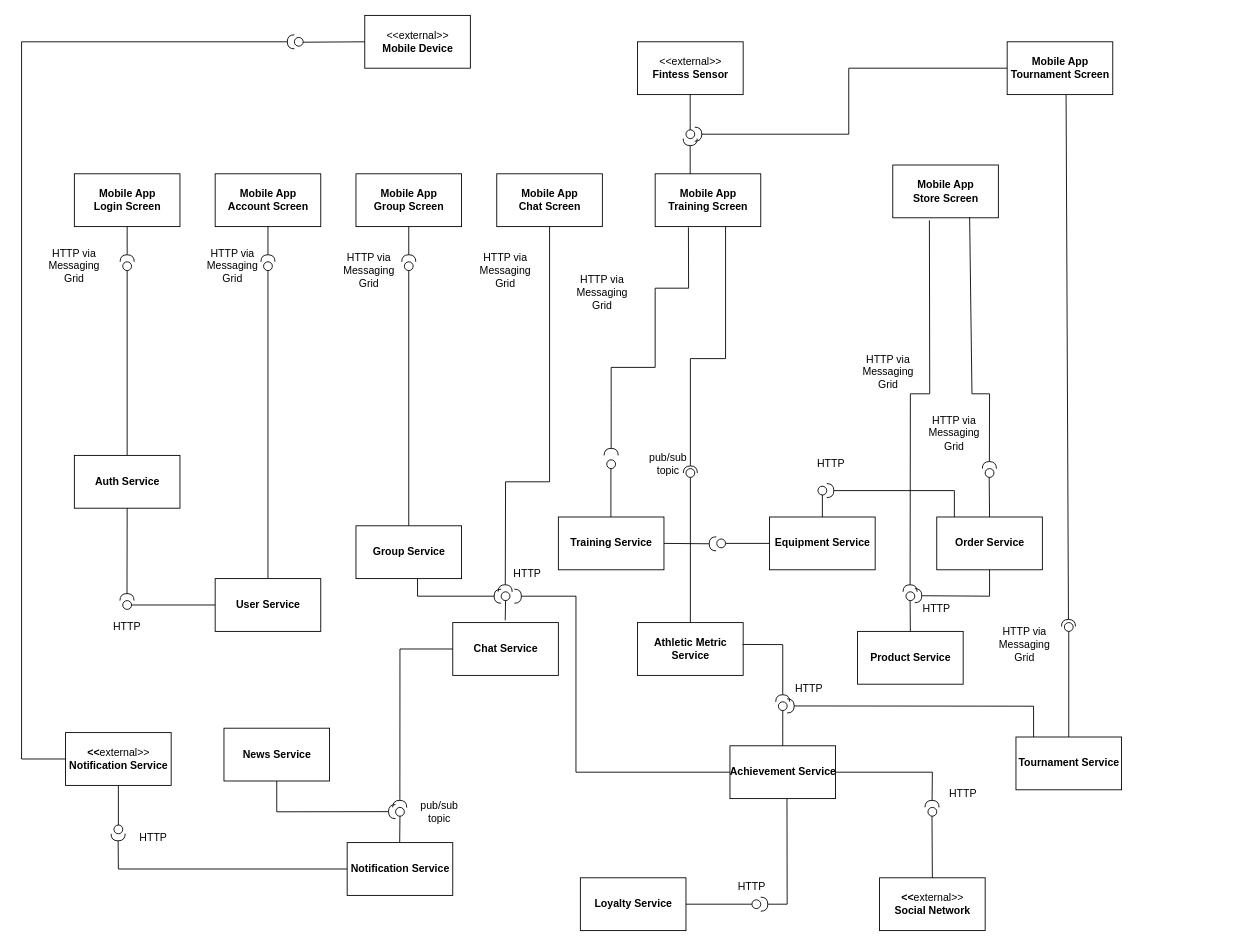
Earlier version of the draw.io diagram assets/functional.view.drawio (ariverrun/coursework). Source tidied: cells renumbered, new cells numbered last; positions are measured from the earlier drawing's top-left corner, leaving out a move shared by most shapes. Both pictures are drawn from the tidied source at 88%, with x=0, y=0 at pixel (21, 15).
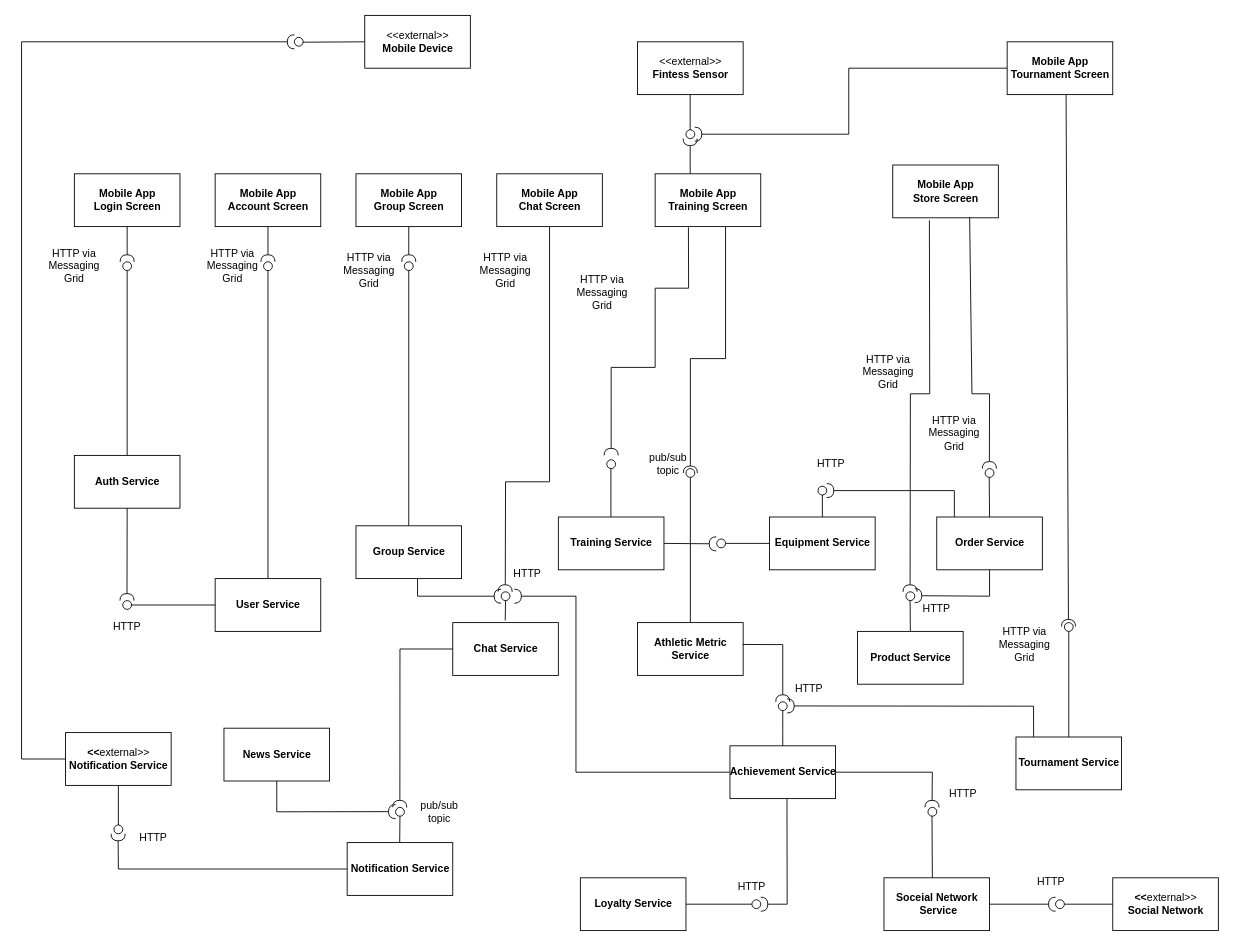
After the change.

Change to the diagram source:
```diff
@@
-    <mxCell id="89" value="&lt;b&gt;&amp;lt;&amp;lt;&lt;/b&gt;external&amp;gt;&amp;gt;&lt;b&gt;&lt;br&gt;Social Network&lt;br&gt;&lt;/b&gt;" style="html=1;align=center;verticalAlign=middle;dashed=0;" parent="1" vertex="1">
-      <mxGeometry x="975" y="980" width="120" height="60" as="geometry" />
-    </mxCell>
@@
+    <mxCell id="89" value="&lt;b&gt;&amp;lt;&amp;lt;&lt;/b&gt;external&amp;gt;&amp;gt;&lt;b&gt;&lt;br&gt;Social Network&lt;br&gt;&lt;/b&gt;" style="html=1;align=center;verticalAlign=middle;dashed=0;" parent="1" vertex="1">
+      <mxGeometry x="1240" y="980" width="120" height="60" as="geometry" />
+    </mxCell>
+    <mxCell id="112" value="&lt;b&gt;Soceial Network&lt;br&gt;&amp;nbsp;Service&lt;br&gt;&lt;/b&gt;" style="html=1;align=center;verticalAlign=middle;dashed=0;" parent="1" vertex="1">
+      <mxGeometry x="980" y="980" width="120" height="60" as="geometry" />
+    </mxCell>
+    <mxCell id="113" style="rounded=0;jettySize=auto;html=1;endArrow=none;endFill=0;sketch=0;sourcePerimeterSpacing=0;exitX=0;exitY=0.5;exitDx=0;exitDy=0;" parent="1" edge="1" source="89" target="114">
+      <mxGeometry relative="1" as="geometry" />
+    </mxCell>
+    <mxCell id="114" style="ellipse;whiteSpace=wrap;html=1;align=center;points=[];outlineConnect=0;sketch=0;" parent="1" vertex="1">
+      <mxGeometry x="1175" y="1005" width="10" height="10" as="geometry" />
+    </mxCell>
+    <mxCell id="115" style="rounded=0;jettySize=auto;html=1;endArrow=halfCircle;endFill=0;endSize=6;strokeWidth=1;sketch=0;exitX=1;exitY=0.5;exitDx=0;exitDy=0;" parent="1" edge="1" source="112" target="114">
+      <mxGeometry relative="1" as="geometry" />
+    </mxCell>
+    <mxCell id="116" value="HTTP" style="text;html=1;strokeColor=none;fillColor=none;align=center;verticalAlign=middle;whiteSpace=wrap;rounded=0;strokeWidth=10;" parent="1" vertex="1">
+      <mxGeometry x="1140" y="970" width="60" height="30" as="geometry" />
+    </mxCell>
```
